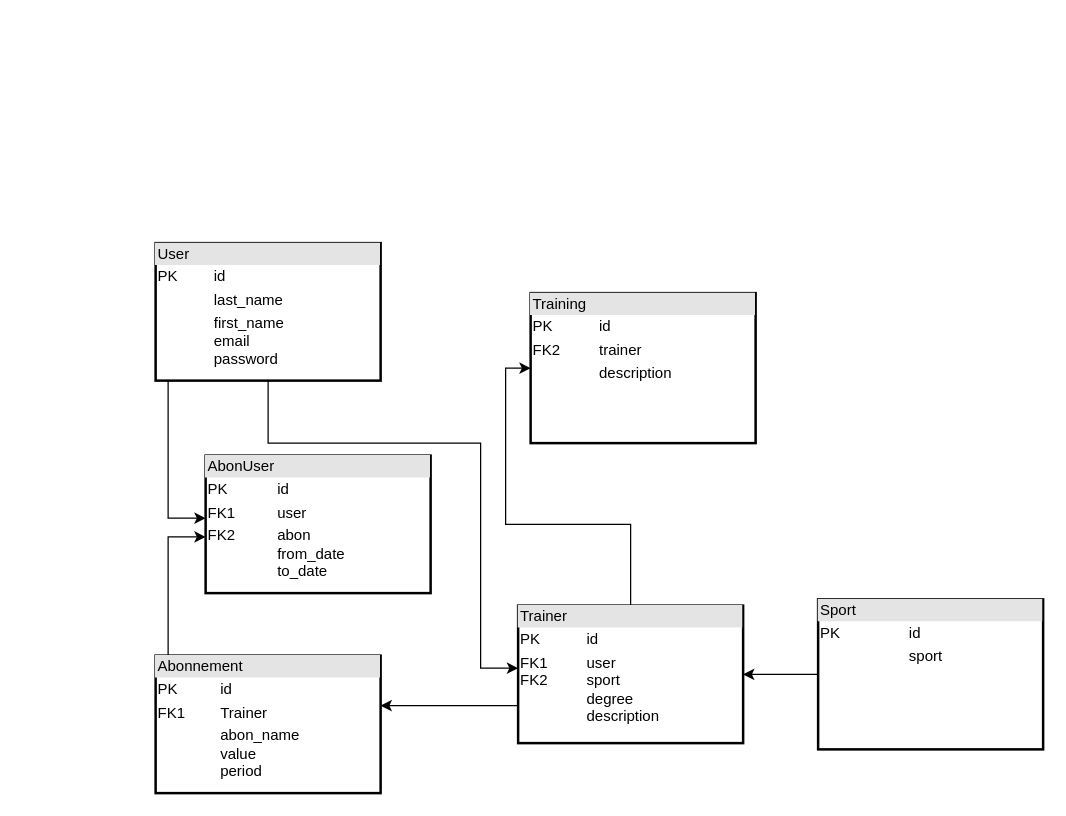
Before: uml_trainng.drawio in lekarus/Training, a draw.io diagram. Source tidied: cells renumbered, new cells numbered last; positions are measured from the earlier drawing's top-left corner, leaving out a move shared by most shapes. Both pictures are drawn from the tidied source at 125%, with x=0, y=0 at pixel (155, 242).
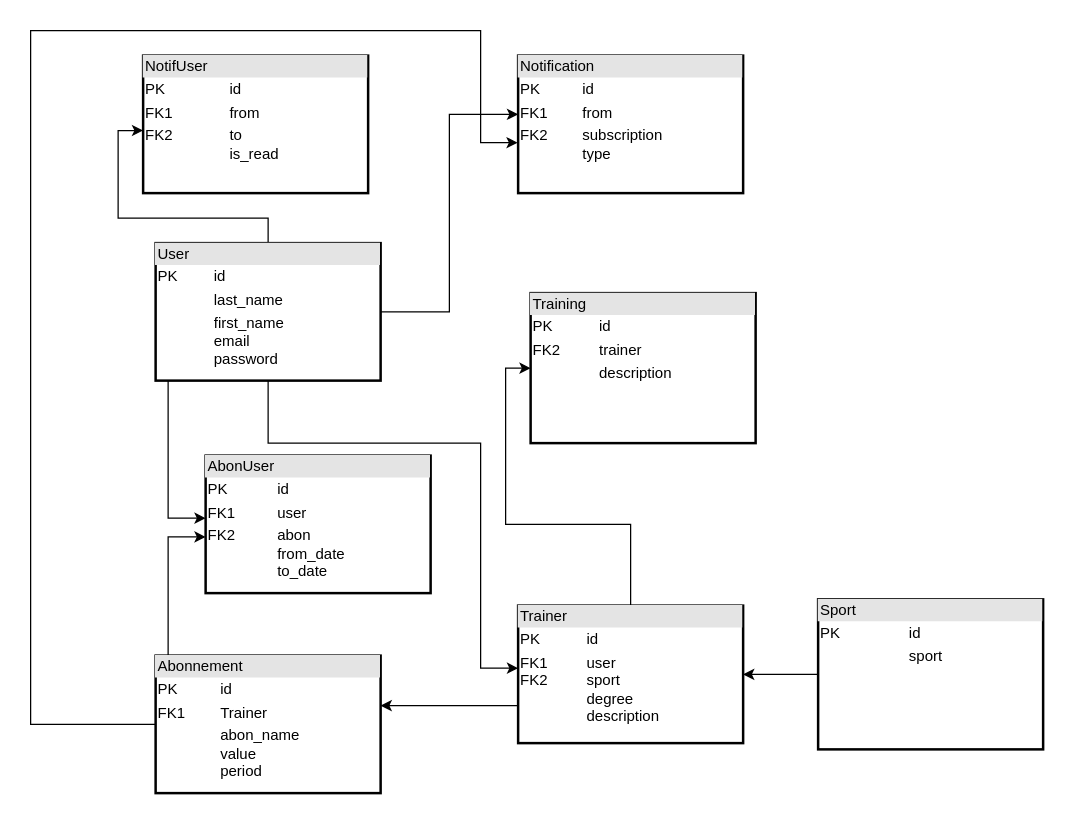
After the change.

The change refers to these unchanged cells:
```xml
<mxCell id="4" value="&lt;div style=&quot;box-sizing:border-box;width:100%;background:#e4e4e4;padding:2px;&quot;&gt;User&lt;/div&gt;&lt;table style=&quot;width:100%;font-size:1em;&quot; cellpadding=&quot;2&quot; cellspacing=&quot;0&quot;&gt;&lt;tbody&gt;&lt;tr&gt;&lt;td&gt;PK&lt;/td&gt;&lt;td&gt;id&lt;/td&gt;&lt;/tr&gt;&lt;tr&gt;&lt;td&gt;&lt;br&gt;&lt;/td&gt;&lt;td&gt;last_name&lt;/td&gt;&lt;/tr&gt;&lt;tr&gt;&lt;td&gt;&lt;/td&gt;&lt;td&gt;first_name&lt;br&gt;email&lt;br&gt;password&lt;br&gt;&lt;br&gt;&lt;/td&gt;&lt;/tr&gt;&lt;/tbody&gt;&lt;/table&gt;" style="verticalAlign=top;align=left;overflow=fill;html=1;strokeWidth=2;" parent="1" vertex="1">
  <mxGeometry width="180" height="110" as="geometry" />
</mxCell>
<mxCell id="10" value="&lt;div style=&quot;box-sizing:border-box;width:100%;background:#e4e4e4;padding:2px;&quot;&gt;Abonnement&lt;/div&gt;&lt;table style=&quot;width:100%;font-size:1em;&quot; cellpadding=&quot;2&quot; cellspacing=&quot;0&quot;&gt;&lt;tbody&gt;&lt;tr&gt;&lt;td&gt;PK&lt;/td&gt;&lt;td&gt;id&lt;/td&gt;&lt;/tr&gt;&lt;tr&gt;&lt;td&gt;FK1&lt;br&gt;&lt;/td&gt;&lt;td&gt;Trainer&lt;/td&gt;&lt;/tr&gt;&lt;tr&gt;&lt;td&gt;&lt;/td&gt;&lt;td&gt;abon_name&lt;br&gt;value&lt;br&gt;period&lt;/td&gt;&lt;/tr&gt;&lt;/tbody&gt;&lt;/table&gt;" style="verticalAlign=top;align=left;overflow=fill;html=1;strokeWidth=2;" parent="1" vertex="1">
  <mxGeometry y="330" width="180" height="110" as="geometry" />
</mxCell>
```

What changed in the source:
```diff
@@
+    <mxCell id="14" style="edgeStyle=orthogonalEdgeStyle;rounded=0;jettySize=auto;html=1;entryX=0;entryY=0.427;entryDx=0;entryDy=0;entryPerimeter=0;" parent="1" edge="1" source="4" target="17">
+      <mxGeometry relative="1" as="geometry" />
+    </mxCell>
+    <mxCell id="15" style="edgeStyle=orthogonalEdgeStyle;rounded=0;jettySize=auto;html=1;entryX=0;entryY=0.545;entryDx=0;entryDy=0;entryPerimeter=0;" parent="1" edge="1" source="4" target="18">
+      <mxGeometry relative="1" as="geometry" />
+    </mxCell>
@@
+    <mxCell id="16" style="edgeStyle=orthogonalEdgeStyle;rounded=0;jettySize=auto;html=1;entryX=-0.002;entryY=0.633;entryDx=0;entryDy=0;entryPerimeter=0;" parent="1" edge="1" source="10" target="17">
+      <mxGeometry relative="1" as="geometry">
+        <Array as="points">
+          <mxPoint x="-100" y="385" />
+          <mxPoint x="-100" y="-170" />
+          <mxPoint x="260" y="-170" />
+          <mxPoint x="260" y="-80" />
+        </Array>
+      </mxGeometry>
+    </mxCell>
@@
+    <mxCell id="17" value="&lt;div style=&quot;box-sizing:border-box;width:100%;background:#e4e4e4;padding:2px;&quot;&gt;Notification&lt;/div&gt;&lt;table style=&quot;width:100%;font-size:1em;&quot; cellpadding=&quot;2&quot; cellspacing=&quot;0&quot;&gt;&lt;tbody&gt;&lt;tr&gt;&lt;td&gt;PK&lt;/td&gt;&lt;td&gt;id&lt;/td&gt;&lt;/tr&gt;&lt;tr&gt;&lt;td&gt;FK1&lt;/td&gt;&lt;td&gt;from&lt;/td&gt;&lt;/tr&gt;&lt;tr&gt;&lt;td&gt;FK2&lt;br&gt;&lt;br&gt;&lt;br&gt;&lt;br&gt;&lt;/td&gt;&lt;td&gt;subscription&lt;br&gt;type&lt;br&gt;&lt;br&gt;&lt;br&gt;&lt;/td&gt;&lt;/tr&gt;&lt;/tbody&gt;&lt;/table&gt;" style="verticalAlign=top;align=left;overflow=fill;html=1;strokeWidth=2;" parent="1" vertex="1">
+      <mxGeometry x="290" y="-150" width="180" height="110" as="geometry" />
+    </mxCell>
+    <mxCell id="18" value="&lt;div style=&quot;box-sizing:border-box;width:100%;background:#e4e4e4;padding:2px;&quot;&gt;NotifUser&lt;/div&gt;&lt;table style=&quot;width:100%;font-size:1em;&quot; cellpadding=&quot;2&quot; cellspacing=&quot;0&quot;&gt;&lt;tbody&gt;&lt;tr&gt;&lt;td&gt;PK&lt;/td&gt;&lt;td&gt;id&lt;/td&gt;&lt;/tr&gt;&lt;tr&gt;&lt;td&gt;FK1&lt;/td&gt;&lt;td&gt;from&lt;/td&gt;&lt;/tr&gt;&lt;tr&gt;&lt;td&gt;FK2&lt;br&gt;&lt;br&gt;&lt;br&gt;&lt;br&gt;&lt;/td&gt;&lt;td&gt;to&lt;br&gt;is_read&lt;br&gt;&lt;br&gt;&lt;br&gt;&lt;/td&gt;&lt;/tr&gt;&lt;/tbody&gt;&lt;/table&gt;" style="verticalAlign=top;align=left;overflow=fill;html=1;strokeWidth=2;" parent="1" vertex="1">
+      <mxGeometry x="-10" y="-150" width="180" height="110" as="geometry" />
+    </mxCell>
```
